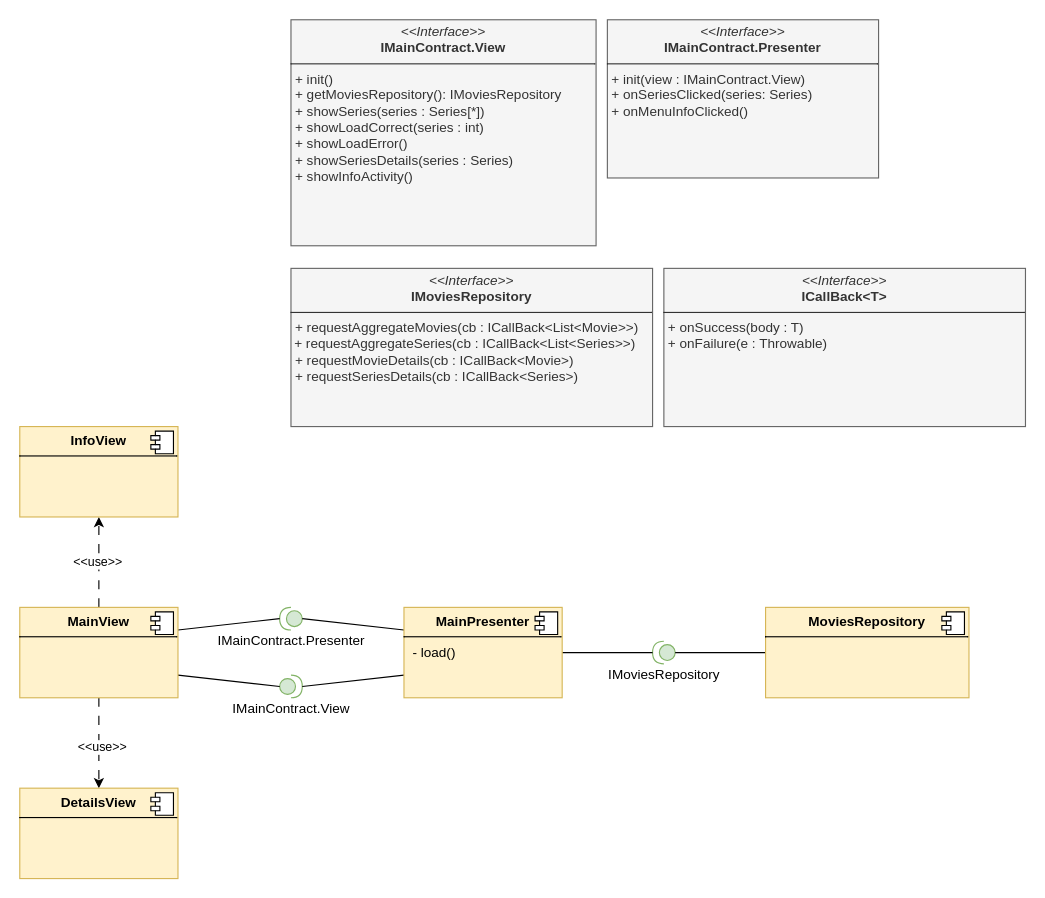
Before: Docs/Models/architecture.drawio in isunican/App-Movies-Grupo2, a draw.io diagram. Source tidied: cells renumbered, new cells numbered last; positions are measured from the earlier drawing's top-left corner, leaving out a move shared by most shapes. Both pictures are drawn from the tidied source at 113%, with x=0, y=0 at pixel (19, 19).
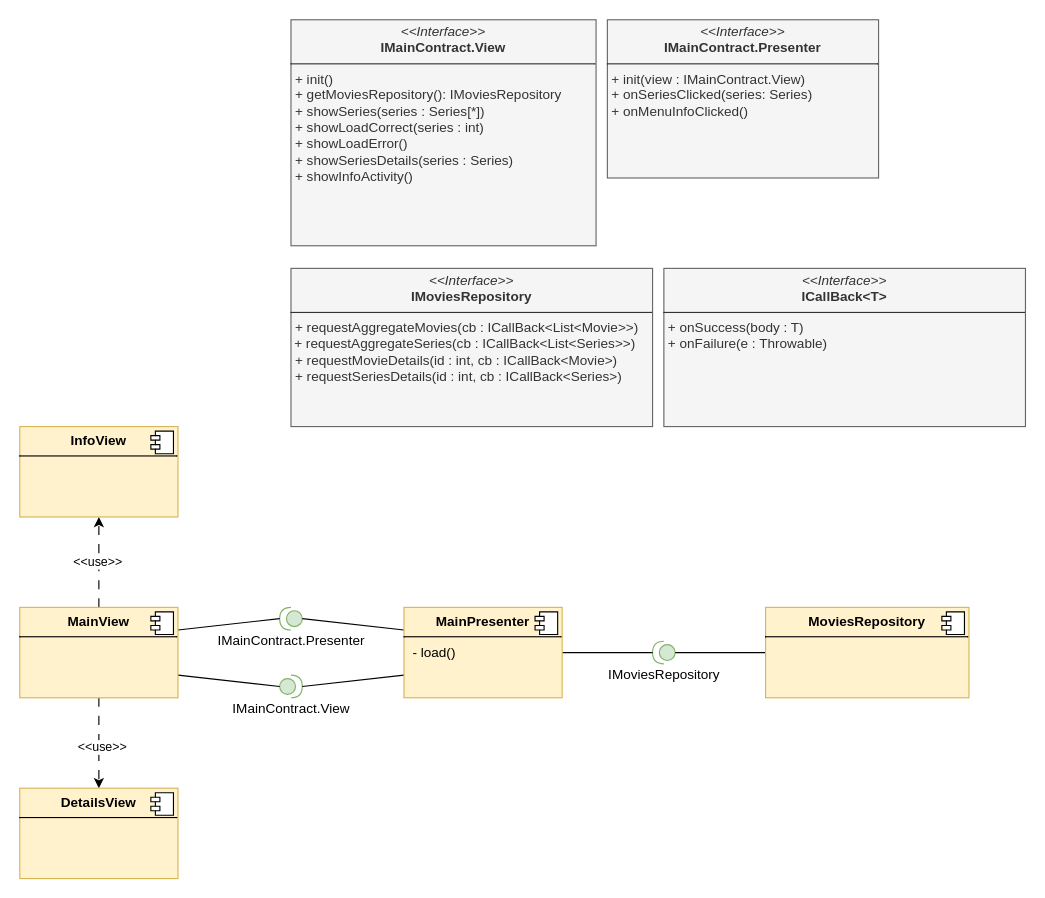
The same diagram, later.

Commit message (it also covers changes not shown here):
add id's in detail endpoints

The edit, as a diff of the source:
```diff
@@
-    <mxCell id="23" value="&lt;p style=&quot;margin:0px;margin-top:4px;text-align:center;&quot;&gt;&lt;i&gt;&amp;lt;&amp;lt;Interface&amp;gt;&amp;gt;&lt;/i&gt;&lt;br&gt;&lt;b&gt;IMoviesRepository&lt;/b&gt;&lt;/p&gt;&lt;hr size=&quot;1&quot; style=&quot;border-style:solid;&quot;&gt;&lt;p style=&quot;margin:0px;margin-left:4px;&quot;&gt;+ requestAggregateMovies(cb : ICallBack&amp;lt;List&amp;lt;Movie&amp;gt;&amp;gt;)&lt;br&gt;&lt;/p&gt;&amp;nbsp;+ requestAggregateSeries(cb : ICallBack&amp;lt;List&amp;lt;Series&amp;gt;&amp;gt;)&lt;br&gt;&lt;p style=&quot;margin:0px;margin-left:4px;&quot;&gt;+ requestMovieDetails(cb : ICallBack&amp;lt;Movie&amp;gt;)&lt;br&gt;&lt;/p&gt;&lt;p style=&quot;margin:0px;margin-left:4px;&quot;&gt;+ requestSeriesDetails(cb : ICallBack&amp;lt;Series&amp;gt;)&lt;br&gt;&lt;/p&gt;" style="verticalAlign=top;align=left;overflow=fill;html=1;whiteSpace=wrap;fillColor=#f5f5f5;fontColor=#333333;strokeColor=#666666;" parent="1" vertex="1">
+    <mxCell id="23" value="&lt;p style=&quot;margin:0px;margin-top:4px;text-align:center;&quot;&gt;&lt;i&gt;&amp;lt;&amp;lt;Interface&amp;gt;&amp;gt;&lt;/i&gt;&lt;br&gt;&lt;b&gt;IMoviesRepository&lt;/b&gt;&lt;/p&gt;&lt;hr size=&quot;1&quot; style=&quot;border-style:solid;&quot;&gt;&lt;p style=&quot;margin:0px;margin-left:4px;&quot;&gt;+ requestAggregateMovies(cb : ICallBack&amp;lt;List&amp;lt;Movie&amp;gt;&amp;gt;)&lt;br&gt;&lt;/p&gt;&amp;nbsp;+ requestAggregateSeries(cb : ICallBack&amp;lt;List&amp;lt;Series&amp;gt;&amp;gt;)&lt;br&gt;&lt;p style=&quot;margin:0px;margin-left:4px;&quot;&gt;+ requestMovieDetails(id : int, cb : ICallBack&amp;lt;Movie&amp;gt;)&lt;br&gt;&lt;/p&gt;&lt;p style=&quot;margin:0px;margin-left:4px;&quot;&gt;+ requestSeriesDetails(id : int, cb : ICallBack&amp;lt;Series&amp;gt;)&lt;br&gt;&lt;/p&gt;" style="verticalAlign=top;align=left;overflow=fill;html=1;whiteSpace=wrap;fillColor=#f5f5f5;fontColor=#333333;strokeColor=#666666;" parent="1" vertex="1">
       <mxGeometry x="240" y="220" width="320" height="140" as="geometry" />
     </mxCell>
```
